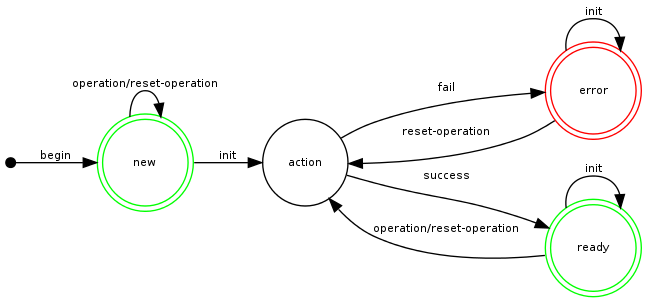
The Graphviz diagram docs/fog-operations.png in sudohippie/fog, before a commit. Its source is kept beside it as docs/fog-operations.dot.
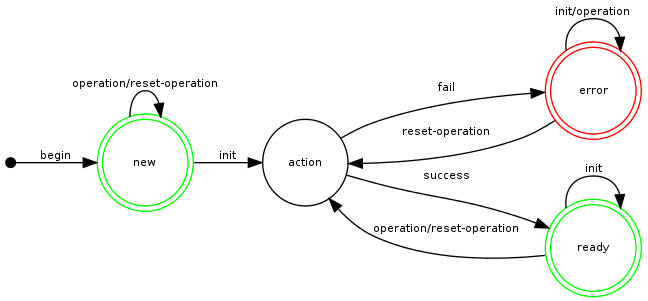
After the change.

Commit message:
#7: Added loop back on error statement when operation is input

The edit, as a diff of the source:
```diff
@@ -17,5 +17,5 @@
 	ready -> action [ label = "operation/reset-operation" ];
 	ready -> ready [ label = "init" ];
 	error -> action [ label = "reset-operation" ];
-	error -> error [ label = "init" ];
+	error -> error [ label = "init/operation" ];
 }
```
